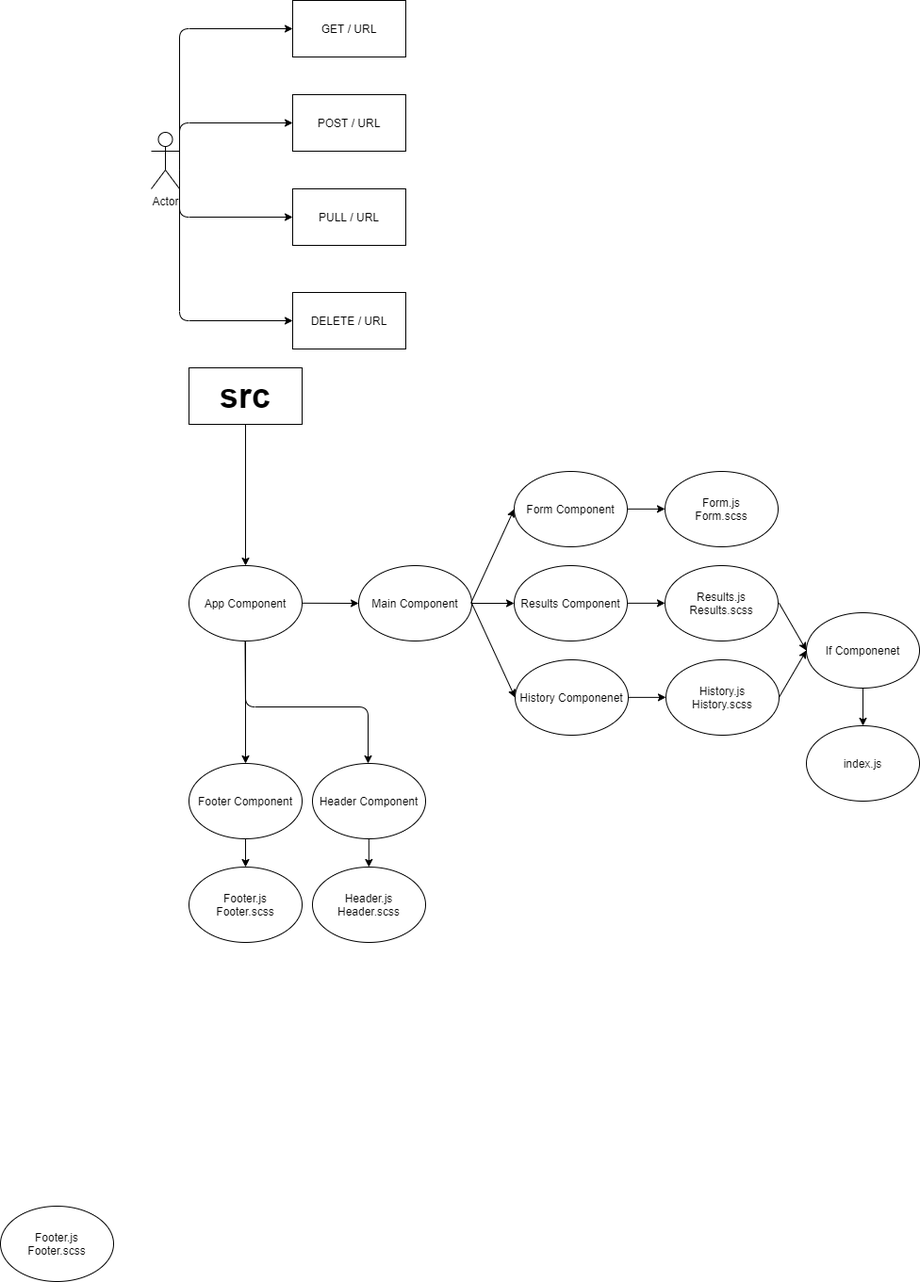
Above: public/lab29.png in Samer-Alnajjar/resty (draw.io), before the change. Source tidied: cells renumbered, new cells last; positions are measured from the earlier drawing's top-left corner, leaving out a move shared by most shapes.
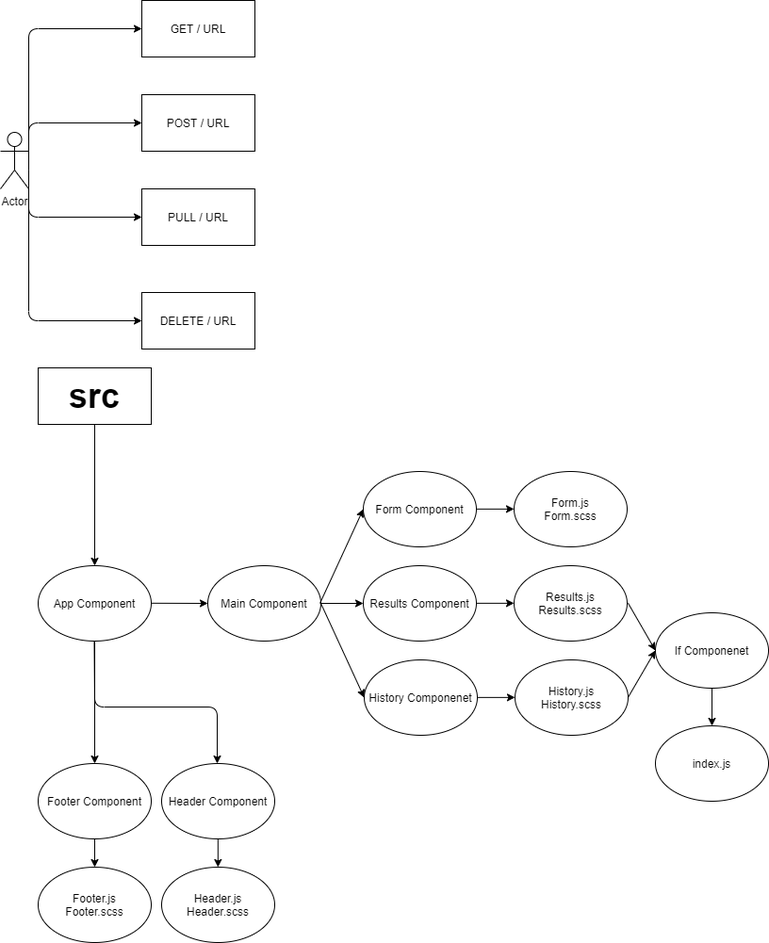
Above is the later version.

Commit message:
Finish lab29

What changed in the source:
```diff
@@ -66,9 +66,6 @@
     <mxCell id="15" value="Form.js&lt;br&gt;Form.scss" style="ellipse;whiteSpace=wrap;html=1;" parent="1" vertex="1">
       <mxGeometry x="705" y="500" width="120" height="80" as="geometry" />
     </mxCell>
-    <mxCell id="16" value="Footer.js&lt;br&gt;Footer.scss" style="ellipse;whiteSpace=wrap;html=1;" parent="1" vertex="1">
-      <mxGeometry y="1280" width="120" height="80" as="geometry" />
-    </mxCell>
     <mxCell id="17" value="Header.js&lt;br&gt;Header.scss" style="ellipse;whiteSpace=wrap;html=1;" parent="1" vertex="1">
       <mxGeometry x="331" y="920" width="120" height="80" as="geometry" />
     </mxCell>
```
